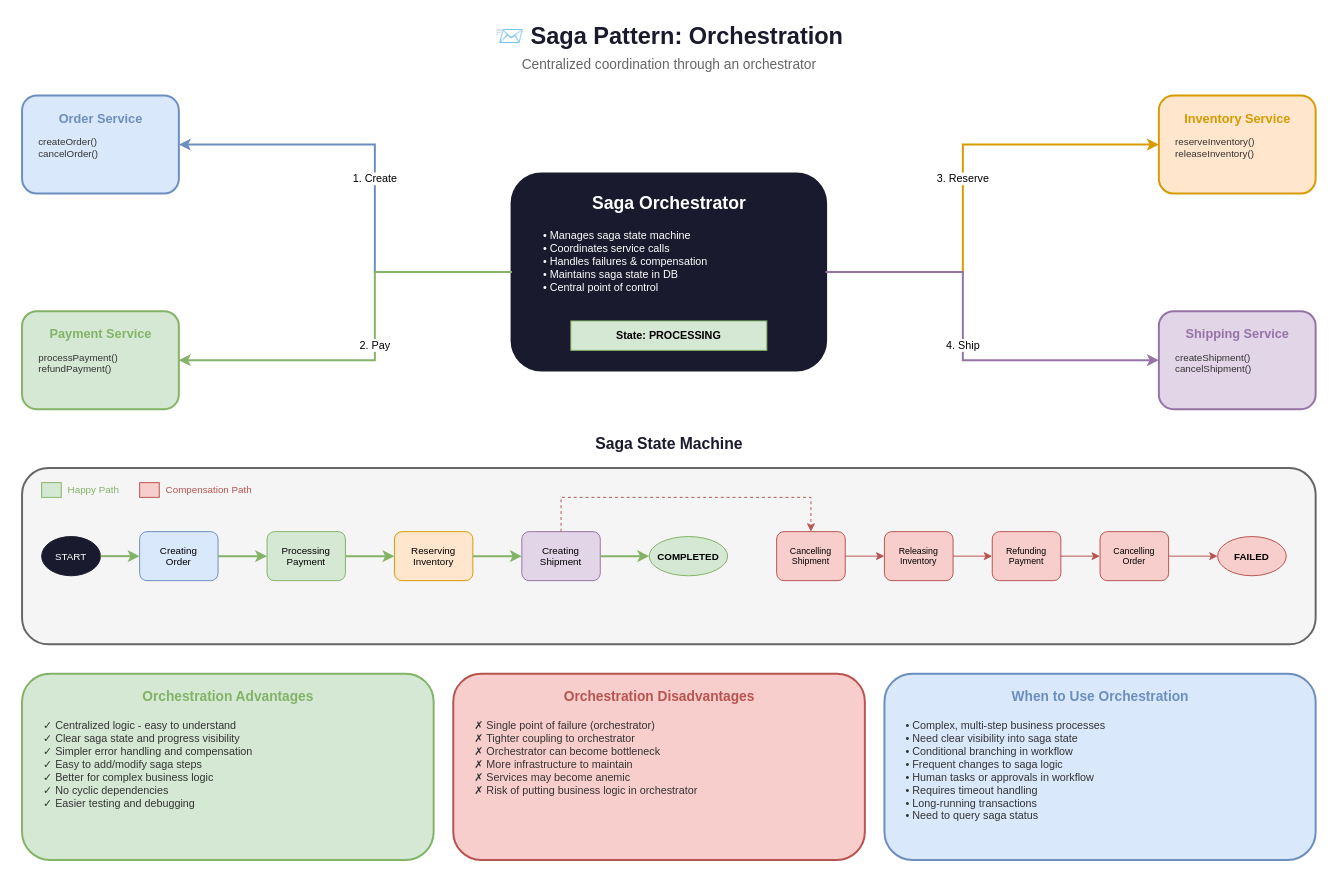
The draw.io diagram lesson-02-event-driven-architecture/03-event-patterns/3.4-saga-orchestration.drawio in MrParkerZ7/document-lesson-software-architect-x-claude, before the edit. Source tidied: cells renumbered, new cells numbered last; positions are measured from the earlier drawing's top-left corner, leaving out a move shared by most shapes. Both pictures are drawn from the tidied source at 98%, with x=0, y=0 at pixel (22, 17).
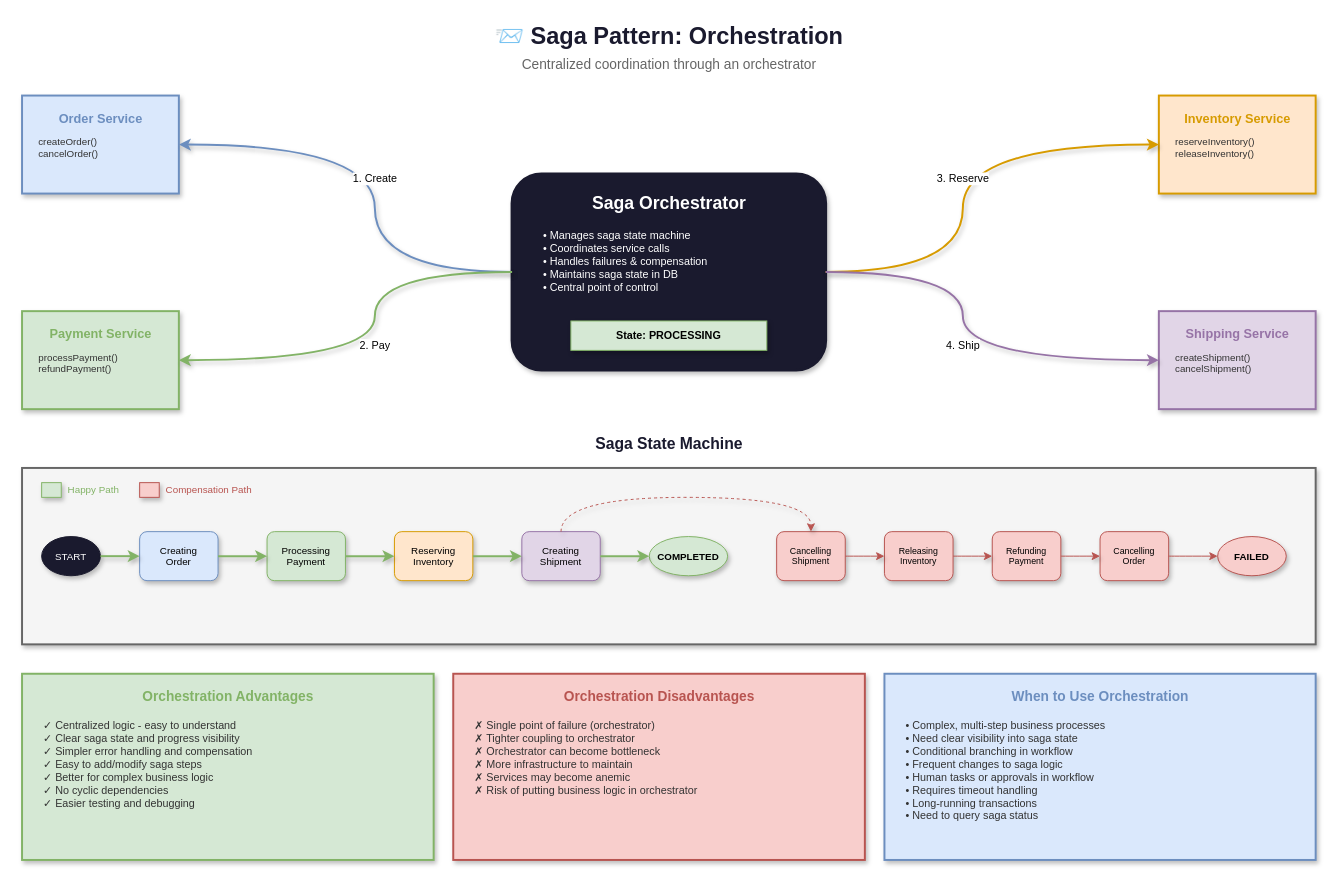
The same diagram, later.

The edit, as a diff of the source:
```diff
@@
-    <mxCell id="4" style="rounded=1;whiteSpace=wrap;html=1;fillColor=#1a1a2e;strokeColor=#1a1a2e;strokeWidth=3;" parent="1" vertex="1">
+    <mxCell id="4" style="rounded=1;whiteSpace=wrap;html=1;fillColor=#1a1a2e;strokeColor=#1a1a2e;strokeWidth=3;shadow=1;" parent="1" vertex="1">
       <mxGeometry x="500" y="160" width="320" height="200" as="geometry" />
     </mxCell>
@@
-    <mxCell id="7" value="State: PROCESSING" style="rounded=0;whiteSpace=wrap;html=1;fillColor=#d5e8d4;strokeColor=#82b366;fontSize=11;fontStyle=1;" parent="1" vertex="1">
+    <mxCell id="7" value="State: PROCESSING" style="rounded=0;whiteSpace=wrap;html=1;fillColor=#d5e8d4;strokeColor=#82b366;fontSize=11;fontStyle=1;shadow=1;" parent="1" vertex="1">
       <mxGeometry x="560" y="310" width="200" height="30" as="geometry" />
     </mxCell>
-    <mxCell id="8" style="rounded=1;whiteSpace=wrap;html=1;fillColor=#dae8fc;strokeColor=#6c8ebf;strokeWidth=2;" parent="1" vertex="1">
+    <mxCell id="8" style="rounded=0;whiteSpace=wrap;html=1;fillColor=#dae8fc;strokeColor=#6c8ebf;strokeWidth=2;shadow=1;" parent="1" vertex="1">
       <mxGeometry y="80" width="160" height="100" as="geometry" />
     </mxCell>
@@
-    <mxCell id="11" style="rounded=1;whiteSpace=wrap;html=1;fillColor=#d5e8d4;strokeColor=#82b366;strokeWidth=2;" parent="1" vertex="1">
+    <mxCell id="11" style="rounded=0;whiteSpace=wrap;html=1;fillColor=#d5e8d4;strokeColor=#82b366;strokeWidth=2;shadow=1;" parent="1" vertex="1">
       <mxGeometry y="300" width="160" height="100" as="geometry" />
     </mxCell>
@@
-    <mxCell id="14" style="rounded=1;whiteSpace=wrap;html=1;fillColor=#ffe6cc;strokeColor=#d79b00;strokeWidth=2;" parent="1" vertex="1">
+    <mxCell id="14" style="rounded=0;whiteSpace=wrap;html=1;fillColor=#ffe6cc;strokeColor=#d79b00;strokeWidth=2;shadow=1;" parent="1" vertex="1">
       <mxGeometry x="1160" y="80" width="160" height="100" as="geometry" />
     </mxCell>
@@
-    <mxCell id="17" style="rounded=1;whiteSpace=wrap;html=1;fillColor=#e1d5e7;strokeColor=#9673a6;strokeWidth=2;" parent="1" vertex="1">
+    <mxCell id="17" style="rounded=0;whiteSpace=wrap;html=1;fillColor=#e1d5e7;strokeColor=#9673a6;strokeWidth=2;shadow=1;" parent="1" vertex="1">
       <mxGeometry x="1160" y="300" width="160" height="100" as="geometry" />
     </mxCell>
@@
-    <mxCell id="20" value="1. Create" style="edgeStyle=orthogonalEdgeStyle;rounded=0;jettySize=auto;html=1;strokeColor=#6c8ebf;strokeWidth=2;endArrow=classic;" parent="1" edge="1" source="4" target="8">
+    <mxCell id="20" value="1. Create" style="edgeStyle=orthogonalEdgeStyle;rounded=0;jettySize=auto;html=1;strokeColor=#6c8ebf;strokeWidth=2;endArrow=classic;shadow=1;curved=1;flowAnimation=1;jumpStyle=arc;" parent="1" edge="1" source="4" target="8">
       <mxGeometry relative="1" as="geometry">
         <Array as="points">
           <mxPoint x="360" y="260" />
           <mxPoint x="360" y="130" />
         </Array>
       </mxGeometry>
     </mxCell>
-    <mxCell id="21" value="2. Pay" style="edgeStyle=orthogonalEdgeStyle;rounded=0;jettySize=auto;html=1;strokeColor=#82b366;strokeWidth=2;endArrow=classic;" parent="1" edge="1" source="4" target="11">
+    <mxCell id="21" value="2. Pay" style="edgeStyle=orthogonalEdgeStyle;rounded=0;jettySize=auto;html=1;strokeColor=#82b366;strokeWidth=2;endArrow=classic;shadow=1;curved=1;flowAnimation=1;jumpStyle=arc;" parent="1" edge="1" source="4" target="11">
       <mxGeometry relative="1" as="geometry">
         <Array as="points">
           <mxPoint x="360" y="260" />
           <mxPoint x="360" y="350" />
         </Array>
       </mxGeometry>
     </mxCell>
-    <mxCell id="22" value="3. Reserve" style="edgeStyle=orthogonalEdgeStyle;rounded=0;jettySize=auto;html=1;strokeColor=#d79b00;strokeWidth=2;endArrow=classic;" parent="1" edge="1" source="4" target="14">
+    <mxCell id="22" value="3. Reserve" style="edgeStyle=orthogonalEdgeStyle;rounded=0;jettySize=auto;html=1;strokeColor=#d79b00;strokeWidth=2;endArrow=classic;shadow=1;curved=1;flowAnimation=1;jumpStyle=arc;" parent="1" edge="1" source="4" target="14">
       <mxGeometry relative="1" as="geometry">
         <Array as="points">
           <mxPoint x="960" y="260" />
           <mxPoint x="960" y="130" />
         </Array>
       </mxGeometry>
     </mxCell>
-    <mxCell id="23" value="4. Ship" style="edgeStyle=orthogonalEdgeStyle;rounded=0;jettySize=auto;html=1;strokeColor=#9673a6;strokeWidth=2;endArrow=classic;" parent="1" edge="1" source="4" target="17">
+    <mxCell id="23" value="4. Ship" style="edgeStyle=orthogonalEdgeStyle;rounded=0;jettySize=auto;html=1;strokeColor=#9673a6;strokeWidth=2;endArrow=classic;shadow=1;curved=1;flowAnimation=1;jumpStyle=arc;" parent="1" edge="1" source="4" target="17">
       <mxGeometry relative="1" as="geometry">
         <Array as="points">
           <mxPoint x="960" y="260" />
           <mxPoint x="960" y="350" />
         </Array>
       </mxGeometry>
     </mxCell>
@@
-    <mxCell id="25" style="rounded=1;whiteSpace=wrap;html=1;fillColor=#f5f5f5;strokeColor=#666666;strokeWidth=2;" parent="1" vertex="1">
+    <mxCell id="25" style="rounded=0;whiteSpace=wrap;html=1;fillColor=#f5f5f5;strokeColor=#666666;strokeWidth=2;shadow=1;" parent="1" vertex="1">
       <mxGeometry y="460" width="1320" height="180" as="geometry" />
     </mxCell>
-    <mxCell id="26" value="START" style="ellipse;whiteSpace=wrap;html=1;fillColor=#1a1a2e;strokeColor=#1a1a2e;fontColor=#ffffff;fontSize=10;" parent="1" vertex="1">
+    <mxCell id="26" value="START" style="ellipse;whiteSpace=wrap;html=1;fillColor=#1a1a2e;strokeColor=#1a1a2e;fontColor=#ffffff;fontSize=10;shadow=1;" parent="1" vertex="1">
       <mxGeometry x="20" y="530" width="60" height="40" as="geometry" />
     </mxCell>
-    <mxCell id="27" value="Creating&#10;Order" style="rounded=1;whiteSpace=wrap;html=1;fillColor=#dae8fc;strokeColor=#6c8ebf;fontSize=10;" parent="1" vertex="1">
+    <mxCell id="27" value="Creating&#10;Order" style="rounded=1;whiteSpace=wrap;html=1;fillColor=#dae8fc;strokeColor=#6c8ebf;fontSize=10;shadow=1;" parent="1" vertex="1">
       <mxGeometry x="120" y="525" width="80" height="50" as="geometry" />
     </mxCell>
-    <mxCell id="28" value="Processing&#10;Payment" style="rounded=1;whiteSpace=wrap;html=1;fillColor=#d5e8d4;strokeColor=#82b366;fontSize=10;" parent="1" vertex="1">
+    <mxCell id="28" value="Processing&#10;Payment" style="rounded=1;whiteSpace=wrap;html=1;fillColor=#d5e8d4;strokeColor=#82b366;fontSize=10;shadow=1;" parent="1" vertex="1">
       <mxGeometry x="250" y="525" width="80" height="50" as="geometry" />
     </mxCell>
-    <mxCell id="29" value="Reserving&#10;Inventory" style="rounded=1;whiteSpace=wrap;html=1;fillColor=#ffe6cc;strokeColor=#d79b00;fontSize=10;" parent="1" vertex="1">
+    <mxCell id="29" value="Reserving&#10;Inventory" style="rounded=1;whiteSpace=wrap;html=1;fillColor=#ffe6cc;strokeColor=#d79b00;fontSize=10;shadow=1;" parent="1" vertex="1">
       <mxGeometry x="380" y="525" width="80" height="50" as="geometry" />
     </mxCell>
-    <mxCell id="30" value="Creating&#10;Shipment" style="rounded=1;whiteSpace=wrap;html=1;fillColor=#e1d5e7;strokeColor=#9673a6;fontSize=10;" parent="1" vertex="1">
+    <mxCell id="30" value="Creating&#10;Shipment" style="rounded=1;whiteSpace=wrap;html=1;fillColor=#e1d5e7;strokeColor=#9673a6;fontSize=10;shadow=1;" parent="1" vertex="1">
       <mxGeometry x="510" y="525" width="80" height="50" as="geometry" />
     </mxCell>
-    <mxCell id="31" value="COMPLETED" style="ellipse;whiteSpace=wrap;html=1;fillColor=#d5e8d4;strokeColor=#82b366;fontSize=10;fontStyle=1;" parent="1" vertex="1">
+    <mxCell id="31" value="COMPLETED" style="ellipse;whiteSpace=wrap;html=1;fillColor=#d5e8d4;strokeColor=#82b366;fontSize=10;fontStyle=1;shadow=1;" parent="1" vertex="1">
       <mxGeometry x="640" y="530" width="80" height="40" as="geometry" />
     </mxCell>
-    <mxCell id="32" value="Cancelling&#10;Shipment" style="rounded=1;whiteSpace=wrap;html=1;fillColor=#f8cecc;strokeColor=#b85450;fontSize=9;" parent="1" vertex="1">
+    <mxCell id="32" value="Cancelling&#10;Shipment" style="rounded=1;whiteSpace=wrap;html=1;fillColor=#f8cecc;strokeColor=#b85450;fontSize=9;shadow=1;" parent="1" vertex="1">
       <mxGeometry x="770" y="525" width="70" height="50" as="geometry" />
     </mxCell>
-    <mxCell id="33" value="Releasing&#10;Inventory" style="rounded=1;whiteSpace=wrap;html=1;fillColor=#f8cecc;strokeColor=#b85450;fontSize=9;" parent="1" vertex="1">
+    <mxCell id="33" value="Releasing&#10;Inventory" style="rounded=1;whiteSpace=wrap;html=1;fillColor=#f8cecc;strokeColor=#b85450;fontSize=9;shadow=1;" parent="1" vertex="1">
       <mxGeometry x="880" y="525" width="70" height="50" as="geometry" />
     </mxCell>
-    <mxCell id="34" value="Refunding&#10;Payment" style="rounded=1;whiteSpace=wrap;html=1;fillColor=#f8cecc;strokeColor=#b85450;fontSize=9;" parent="1" vertex="1">
+    <mxCell id="34" value="Refunding&#10;Payment" style="rounded=1;whiteSpace=wrap;html=1;fillColor=#f8cecc;strokeColor=#b85450;fontSize=9;shadow=1;" parent="1" vertex="1">
       <mxGeometry x="990" y="525" width="70" height="50" as="geometry" />
     </mxCell>
-    <mxCell id="35" value="Cancelling&#10;Order" style="rounded=1;whiteSpace=wrap;html=1;fillColor=#f8cecc;strokeColor=#b85450;fontSize=9;" parent="1" vertex="1">
+    <mxCell id="35" value="Cancelling&#10;Order" style="rounded=1;whiteSpace=wrap;html=1;fillColor=#f8cecc;strokeColor=#b85450;fontSize=9;shadow=1;" parent="1" vertex="1">
       <mxGeometry x="1100" y="525" width="70" height="50" as="geometry" />
     </mxCell>
-    <mxCell id="36" value="FAILED" style="ellipse;whiteSpace=wrap;html=1;fillColor=#f8cecc;strokeColor=#b85450;fontSize=10;fontStyle=1;" parent="1" vertex="1">
+    <mxCell id="36" value="FAILED" style="ellipse;whiteSpace=wrap;html=1;fillColor=#f8cecc;strokeColor=#b85450;fontSize=10;fontStyle=1;shadow=1;" parent="1" vertex="1">
       <mxGeometry x="1220" y="530" width="70" height="40" as="geometry" />
     </mxCell>
-    <mxCell id="37" style="edgeStyle=orthogonalEdgeStyle;rounded=0;jettySize=auto;html=1;strokeColor=#82b366;strokeWidth=2;endArrow=classic;" parent="1" edge="1" source="26" target="27">
+    <mxCell id="37" style="edgeStyle=orthogonalEdgeStyle;rounded=0;jettySize=auto;html=1;strokeColor=#82b366;strokeWidth=2;endArrow=classic;shadow=1;curved=1;flowAnimation=1;jumpStyle=arc;" parent="1" edge="1" source="26" target="27">
       <mxGeometry relative="1" as="geometry" />
     </mxCell>
-    <mxCell id="38" style="edgeStyle=orthogonalEdgeStyle;rounded=0;jettySize=auto;html=1;strokeColor=#82b366;strokeWidth=2;endArrow=classic;" parent="1" edge="1" source="27" target="28">
+    <mxCell id="38" style="edgeStyle=orthogonalEdgeStyle;rounded=0;jettySize=auto;html=1;strokeColor=#82b366;strokeWidth=2;endArrow=classic;shadow=1;curved=1;flowAnimation=1;jumpStyle=arc;" parent="1" edge="1" source="27" target="28">
       <mxGeometry relative="1" as="geometry" />
     </mxCell>
-    <mxCell id="39" style="edgeStyle=orthogonalEdgeStyle;rounded=0;jettySize=auto;html=1;strokeColor=#82b366;strokeWidth=2;endArrow=classic;" parent="1" edge="1" source="28" target="29">
+    <mxCell id="39" style="edgeStyle=orthogonalEdgeStyle;rounded=0;jettySize=auto;html=1;strokeColor=#82b366;strokeWidth=2;endArrow=classic;shadow=1;curved=1;flowAnimation=1;jumpStyle=arc;" parent="1" edge="1" source="28" target="29">
       <mxGeometry relative="1" as="geometry" />
     </mxCell>
-    <mxCell id="40" style="edgeStyle=orthogonalEdgeStyle;rounded=0;jettySize=auto;html=1;strokeColor=#82b366;strokeWidth=2;endArrow=classic;" parent="1" edge="1" source="29" target="30">
+    <mxCell id="40" style="edgeStyle=orthogonalEdgeStyle;rounded=0;jettySize=auto;html=1;strokeColor=#82b366;strokeWidth=2;endArrow=classic;shadow=1;curved=1;flowAnimation=1;jumpStyle=arc;" parent="1" edge="1" source="29" target="30">
       <mxGeometry relative="1" as="geometry" />
     </mxCell>
-    <mxCell id="41" style="edgeStyle=orthogonalEdgeStyle;rounded=0;jettySize=auto;html=1;strokeColor=#82b366;strokeWidth=2;endArrow=classic;" parent="1" edge="1" source="30" target="31">
+    <mxCell id="41" style="edgeStyle=orthogonalEdgeStyle;rounded=0;jettySize=auto;html=1;strokeColor=#82b366;strokeWidth=2;endArrow=classic;shadow=1;curved=1;flowAnimation=1;jumpStyle=arc;" parent="1" edge="1" source="30" target="31">
       <mxGeometry relative="1" as="geometry" />
     </mxCell>
-    <mxCell id="42" style="edgeStyle=orthogonalEdgeStyle;rounded=0;jettySize=auto;html=1;strokeColor=#b85450;strokeWidth=1;endArrow=classic;dashed=1;" parent="1" edge="1" source="30" target="32">
+    <mxCell id="42" style="edgeStyle=orthogonalEdgeStyle;rounded=0;jettySize=auto;html=1;strokeColor=#b85450;strokeWidth=1;endArrow=classic;dashed=1;shadow=1;curved=1;flowAnimation=1;jumpStyle=arc;" parent="1" edge="1" source="30" target="32">
       <mxGeometry relative="1" as="geometry">
         <Array as="points">
           <mxPoint x="550" y="490" />
           <mxPoint x="805" y="490" />
         </Array>
       </mxGeometry>
     </mxCell>
-    <mxCell id="43" style="edgeStyle=orthogonalEdgeStyle;rounded=0;jettySize=auto;html=1;strokeColor=#b85450;strokeWidth=1;endArrow=classic;" parent="1" edge="1" source="32" target="33">
+    <mxCell id="43" style="edgeStyle=orthogonalEdgeStyle;rounded=0;jettySize=auto;html=1;strokeColor=#b85450;strokeWidth=1;endArrow=classic;shadow=1;curved=1;flowAnimation=1;jumpStyle=arc;" parent="1" edge="1" source="32" target="33">
       <mxGeometry relative="1" as="geometry" />
     </mxCell>
-    <mxCell id="44" style="edgeStyle=orthogonalEdgeStyle;rounded=0;jettySize=auto;html=1;strokeColor=#b85450;strokeWidth=1;endArrow=classic;" parent="1" edge="1" source="33" target="34">
+    <mxCell id="44" style="edgeStyle=orthogonalEdgeStyle;rounded=0;jettySize=auto;html=1;strokeColor=#b85450;strokeWidth=1;endArrow=classic;shadow=1;curved=1;flowAnimation=1;jumpStyle=arc;" parent="1" edge="1" source="33" target="34">
       <mxGeometry relative="1" as="geometry" />
     </mxCell>
-    <mxCell id="45" style="edgeStyle=orthogonalEdgeStyle;rounded=0;jettySize=auto;html=1;strokeColor=#b85450;strokeWidth=1;endArrow=classic;" parent="1" edge="1" source="34" target="35">
+    <mxCell id="45" style="edgeStyle=orthogonalEdgeStyle;rounded=0;jettySize=auto;html=1;strokeColor=#b85450;strokeWidth=1;endArrow=classic;shadow=1;curved=1;flowAnimation=1;jumpStyle=arc;" parent="1" edge="1" source="34" target="35">
       <mxGeometry relative="1" as="geometry" />
     </mxCell>
-    <mxCell id="46" style="edgeStyle=orthogonalEdgeStyle;rounded=0;jettySize=auto;html=1;strokeColor=#b85450;strokeWidth=1;endArrow=classic;" parent="1" edge="1" source="35" target="36">
+    <mxCell id="46" style="edgeStyle=orthogonalEdgeStyle;rounded=0;jettySize=auto;html=1;strokeColor=#b85450;strokeWidth=1;endArrow=classic;shadow=1;curved=1;flowAnimation=1;jumpStyle=arc;" parent="1" edge="1" source="35" target="36">
       <mxGeometry relative="1" as="geometry" />
     </mxCell>
-    <mxCell id="47" style="rounded=0;whiteSpace=wrap;html=1;fillColor=#d5e8d4;strokeColor=#82b366;" parent="1" vertex="1">
+    <mxCell id="47" style="rounded=0;whiteSpace=wrap;html=1;fillColor=#d5e8d4;strokeColor=#82b366;shadow=1;" parent="1" vertex="1">
       <mxGeometry x="20" y="475" width="20" height="15" as="geometry" />
     </mxCell>
@@
-    <mxCell id="49" style="rounded=0;whiteSpace=wrap;html=1;fillColor=#f8cecc;strokeColor=#b85450;" parent="1" vertex="1">
+    <mxCell id="49" style="rounded=0;whiteSpace=wrap;html=1;fillColor=#f8cecc;strokeColor=#b85450;shadow=1;" parent="1" vertex="1">
       <mxGeometry x="120" y="475" width="20" height="15" as="geometry" />
     </mxCell>
@@
-    <mxCell id="51" style="rounded=1;whiteSpace=wrap;html=1;fillColor=#d5e8d4;strokeColor=#82b366;strokeWidth=2;" parent="1" vertex="1">
+    <mxCell id="51" style="rounded=0;whiteSpace=wrap;html=1;fillColor=#d5e8d4;strokeColor=#82b366;strokeWidth=2;shadow=1;" parent="1" vertex="1">
       <mxGeometry y="670" width="420" height="190" as="geometry" />
     </mxCell>
@@
-    <mxCell id="54" style="rounded=1;whiteSpace=wrap;html=1;fillColor=#f8cecc;strokeColor=#b85450;strokeWidth=2;" parent="1" vertex="1">
+    <mxCell id="54" style="rounded=0;whiteSpace=wrap;html=1;fillColor=#f8cecc;strokeColor=#b85450;strokeWidth=2;shadow=1;" parent="1" vertex="1">
       <mxGeometry x="440" y="670" width="420" height="190" as="geometry" />
     </mxCell>
@@
-    <mxCell id="57" style="rounded=1;whiteSpace=wrap;html=1;fillColor=#dae8fc;strokeColor=#6c8ebf;strokeWidth=2;" parent="1" vertex="1">
+    <mxCell id="57" style="rounded=0;whiteSpace=wrap;html=1;fillColor=#dae8fc;strokeColor=#6c8ebf;strokeWidth=2;shadow=1;" parent="1" vertex="1">
       <mxGeometry x="880" y="670" width="440" height="190" as="geometry" />
     </mxCell>
```
